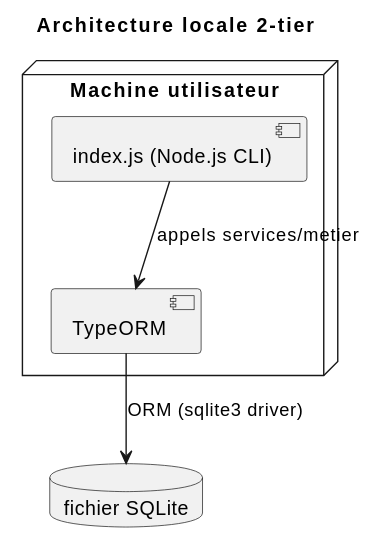
The PlantUML diagram out/docs/physical/local-architecture/local-architecture.svg in RaphaelMailhiot/LOG430-labo, before a commit. Source of this version:
```plantuml
@startuml
title Architecture locale 2-tier

node "Machine utilisateur" {
  component "index.js (Node.js CLI)"
  component "TypeORM"
}

database "fichier SQLite"

"index.js (Node.js CLI)" --> "TypeORM" : appels services/metier
"TypeORM" --> "fichier SQLite" : ORM (sqlite3 driver)
@enduml
```
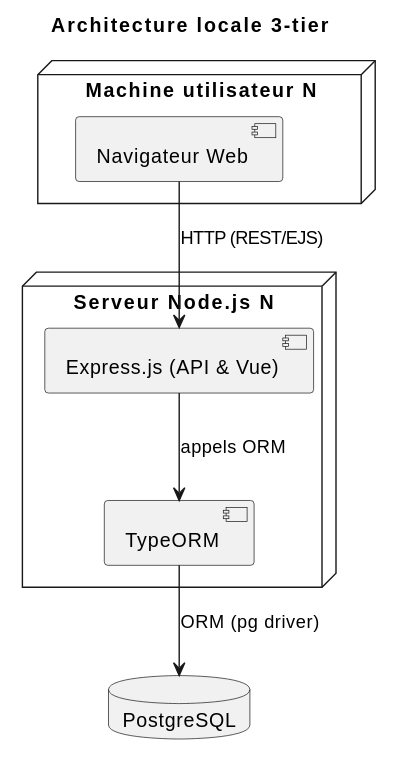
After the change.

The edit, as a diff of the source:
```diff
@@ -1,13 +1,18 @@
 @startuml
-title Architecture locale 2-tier
+title Architecture locale 3-tier
 
-node "Machine utilisateur" {
-  component "index.js (Node.js CLI)"
+node "Machine utilisateur N" {
+  component "Navigateur Web"
+}
+
+node "Serveur Node.js N" {
+  component "Express.js (API & Vue)"
   component "TypeORM"
 }
 
-database "fichier SQLite"
+database "PostgreSQL"
 
-"index.js (Node.js CLI)" --> "TypeORM" : appels services/metier
-"TypeORM" --> "fichier SQLite" : ORM (sqlite3 driver)
+"Navigateur Web" --> "Express.js (API & Vue)" : HTTP (REST/EJS)
+"Express.js (API & Vue)" --> "TypeORM" : appels ORM
+"TypeORM" --> "PostgreSQL" : ORM (pg driver)
 @enduml
```
